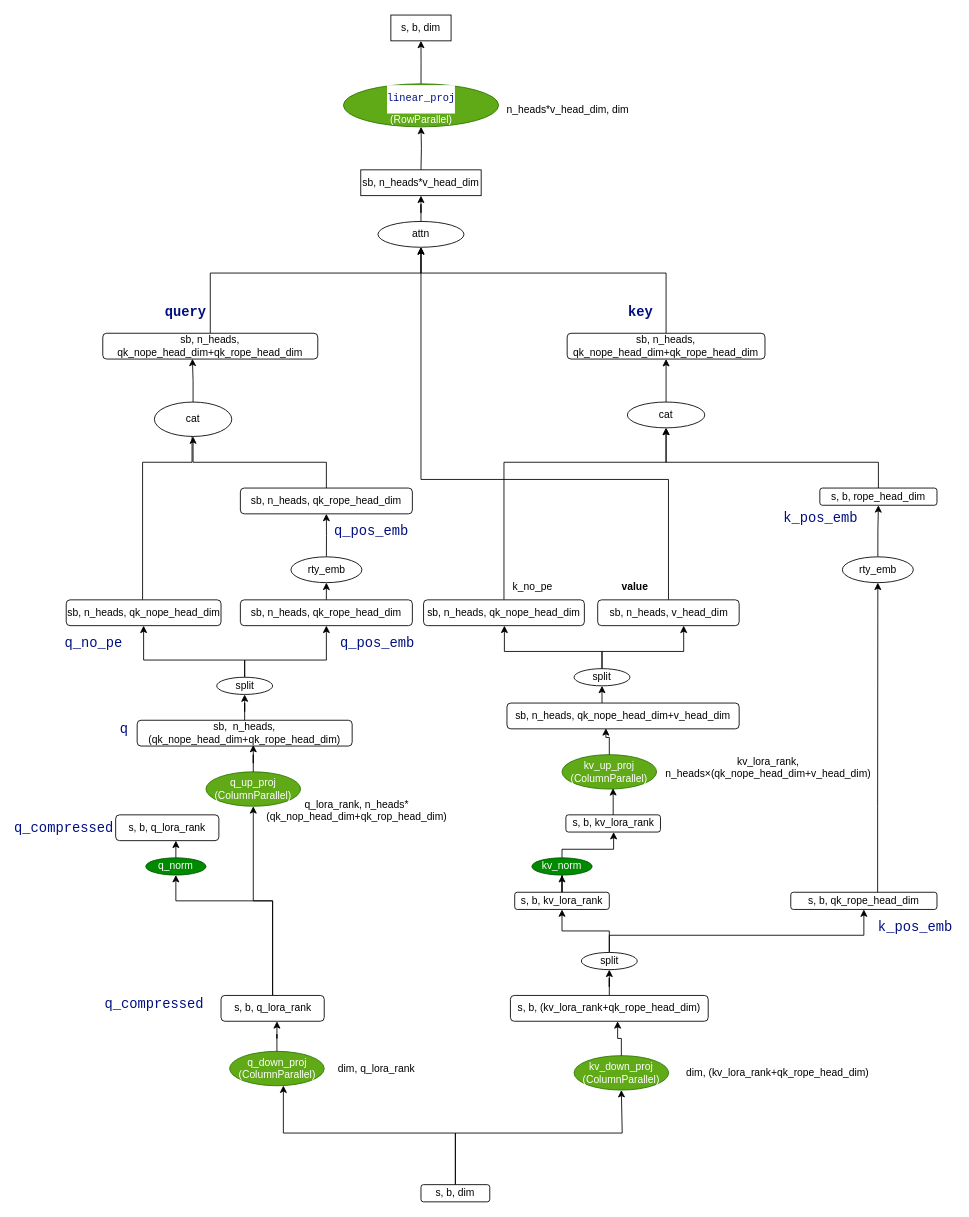
The draw.io diagram MLA.drawio in BillionsRichard/LearnDeepseek, before the edit. Source tidied: cells renumbered, new cells numbered last; positions are measured from the earlier drawing's top-left corner, leaving out a move shared by most shapes. Both pictures are drawn from the tidied source at 86%, with x=0, y=0 at pixel (25, 15).
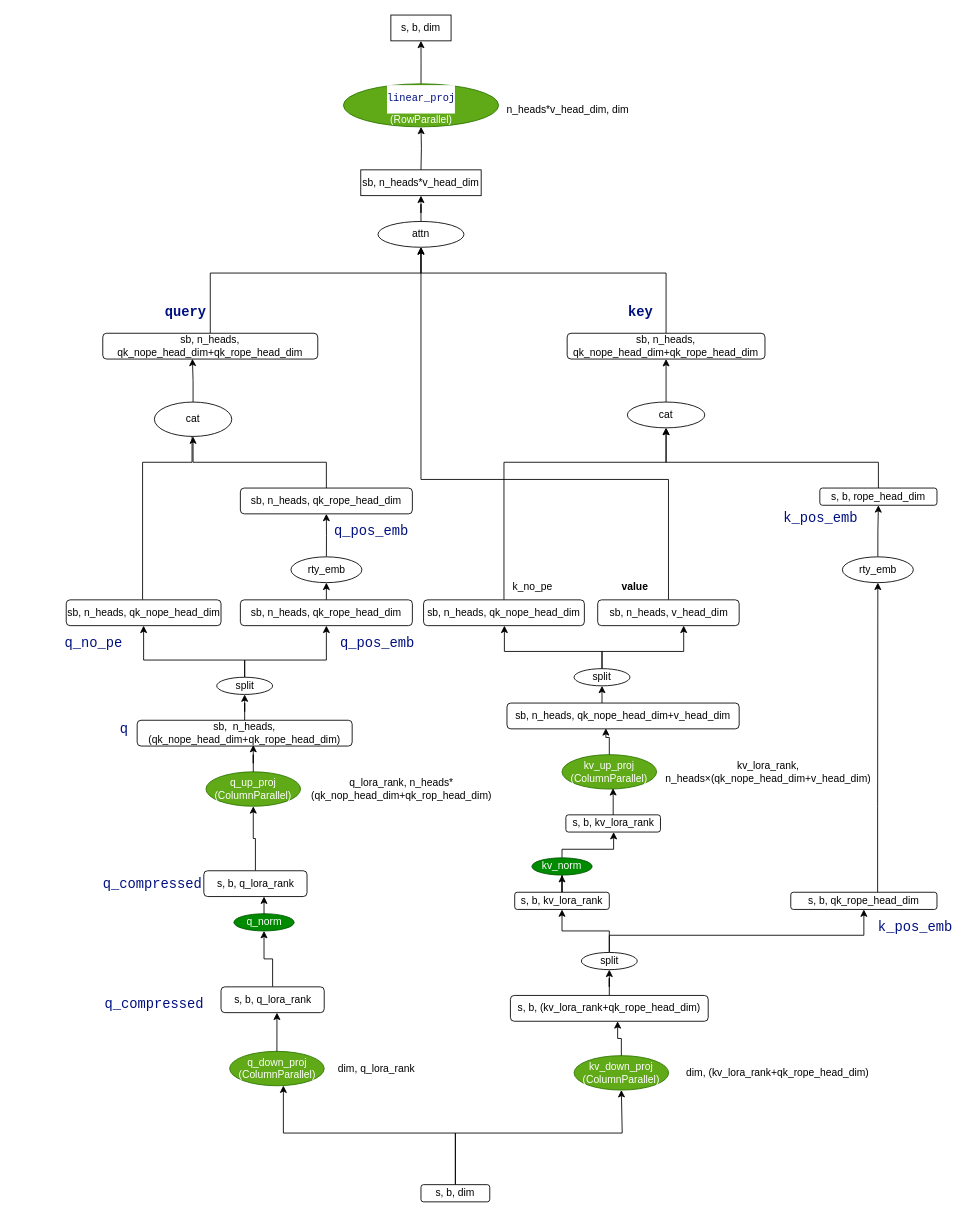
Above is the later version.

The change refers to these unchanged cells:
```xml
<mxCell id="20" value="q_up_proj&lt;div&gt;(ColumnParallel)&lt;/div&gt;" style="ellipse;whiteSpace=wrap;html=1;fillColor=#60a917;fontColor=#ffffff;strokeColor=#2D7600;" parent="1" vertex="1">
  <mxGeometry x="210" y="880" width="110" height="40" as="geometry" />
</mxCell>
```

Diff of the diagram source:
```diff
@@
-    <mxCell id="7" style="edgeStyle=orthogonalEdgeStyle;rounded=0;jettySize=auto;html=1;entryX=0.5;entryY=1;entryDx=0;entryDy=0;" parent="1" edge="1" source="9" target="20">
-      <mxGeometry relative="1" as="geometry" />
-    </mxCell>
     <mxCell id="8" style="edgeStyle=orthogonalEdgeStyle;rounded=0;jettySize=auto;html=1;entryX=0.5;entryY=1;entryDx=0;entryDy=0;" parent="1" edge="1" source="9" target="39">
-      <mxGeometry relative="1" as="geometry">
-        <Array as="points">
-          <mxPoint x="288" y="1030" />
-          <mxPoint x="175" y="1030" />
-        </Array>
-      </mxGeometry>
+      <mxGeometry relative="1" as="geometry" />
     </mxCell>
     <mxCell id="9" value="s, b, q_lora_rank" style="rounded=1;whiteSpace=wrap;html=1;" parent="1" vertex="1">
-      <mxGeometry x="227.5" y="1140" width="120" height="30" as="geometry" />
+      <mxGeometry x="227.5" y="1130" width="120" height="30" as="geometry" />
     </mxCell>
@@
     <mxCell id="21" value="q_lora_rank,&lt;span style=&quot;background-color: transparent; color: light-dark(rgb(0, 0, 0), rgb(255, 255, 255));&quot;&gt;&amp;nbsp;n_heads*(qk_nop_head_dim+qk_rop_head_dim)&lt;/span&gt;" style="text;html=1;align=center;verticalAlign=middle;whiteSpace=wrap;rounded=0;" parent="1" vertex="1">
-      <mxGeometry x="287.5" y="910" width="195" height="30" as="geometry" />
+      <mxGeometry x="340" y="885" width="195" height="30" as="geometry" />
     </mxCell>
@@
     <mxCell id="35" value="kv_lora_rank, n_heads×(qk_nope_head_dim+v_head_dim)" style="text;html=1;align=center;verticalAlign=middle;whiteSpace=wrap;rounded=0;" parent="1" vertex="1">
-      <mxGeometry x="738.5" y="850" width="250" height="50" as="geometry" />
+      <mxGeometry x="738.5" y="855" width="250" height="50" as="geometry" />
     </mxCell>
@@
     <mxCell id="39" value="q_norm" style="ellipse;whiteSpace=wrap;html=1;fillColor=#008a00;fontColor=#ffffff;strokeColor=#005700;" parent="1" vertex="1">
-      <mxGeometry x="140" y="980" width="70" height="20" as="geometry" />
+      <mxGeometry x="242.5" y="1045" width="70" height="20" as="geometry" />
     </mxCell>
+    <mxCell id="90" style="edgeStyle=orthogonalEdgeStyle;rounded=0;jettySize=auto;html=1;entryX=0.5;entryY=1;entryDx=0;entryDy=0;" parent="1" edge="1" source="40" target="20">
+      <mxGeometry relative="1" as="geometry" />
+    </mxCell>
     <mxCell id="40" value="s, b, q_lora_rank" style="rounded=1;whiteSpace=wrap;html=1;" parent="1" vertex="1">
-      <mxGeometry x="105" y="930" width="120" height="30" as="geometry" />
+      <mxGeometry x="207.5" y="995" width="120" height="30" as="geometry" />
     </mxCell>
@@
     <mxCell id="42" value="&lt;div style=&quot;background-color: rgb(255, 255, 255); font-family: Consolas, &amp;quot;Courier New&amp;quot;, monospace; font-size: 16px; line-height: 22px; white-space: pre;&quot;&gt;&lt;span style=&quot;color: rgb(0, 16, 128);&quot;&gt;q_compressed&lt;/span&gt;&lt;/div&gt;" style="text;html=1;align=center;verticalAlign=middle;whiteSpace=wrap;rounded=0;" parent="1" vertex="1">
-      <mxGeometry y="925" width="90" height="40" as="geometry" />
+      <mxGeometry x="102.5" y="990" width="90" height="40" as="geometry" />
     </mxCell>
```
